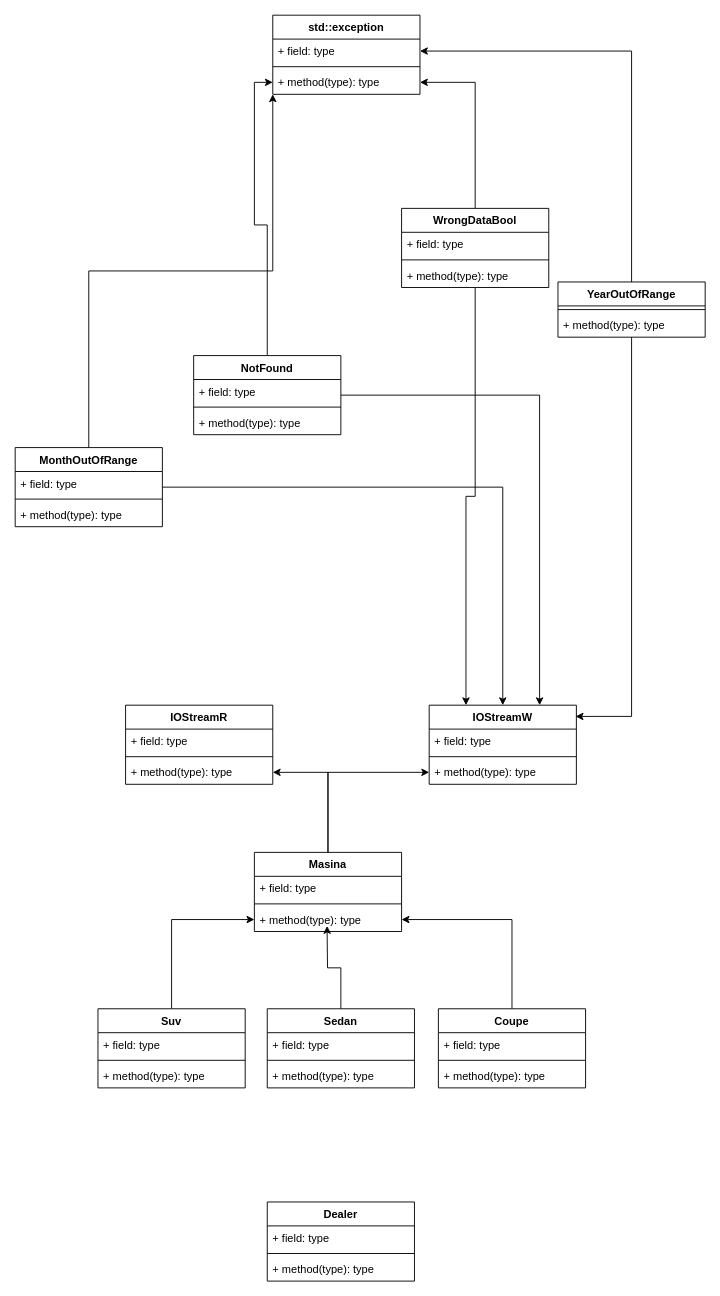
The draw.io diagram UML proiect.drawio in AlexMihai1126/oop_lab_dealershipauto_t3, before the edit. Source tidied: cells renumbered, new cells numbered last; positions are measured from the earlier drawing's top-left corner, leaving out a move shared by most shapes. Both pictures are drawn from the tidied source at 92%, with x=0, y=0 at pixel (15, 15).
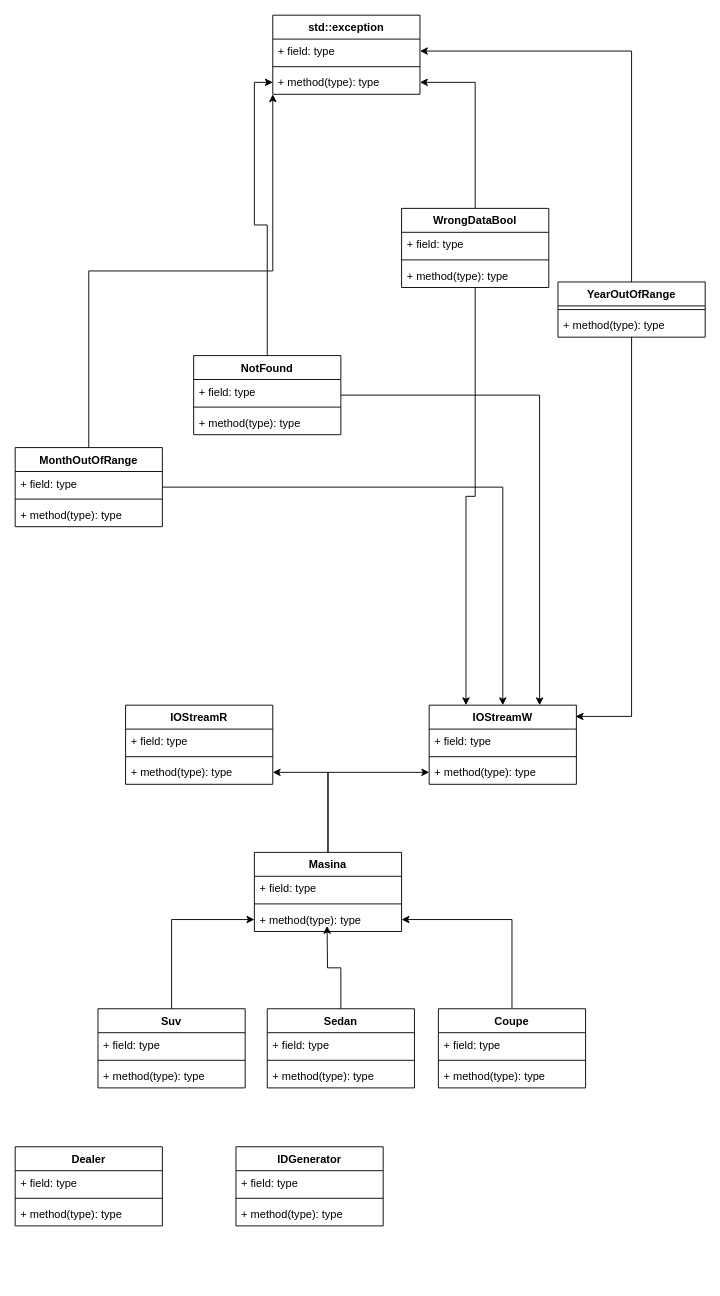
The same diagram, later.

The edit, as a diff of the source:
```diff
@@
     <mxCell id="31" value="Dealer" style="swimlane;fontStyle=1;align=center;verticalAlign=top;horizontal=1;startSize=26;" parent="1" vertex="1">
-      <mxGeometry x="274" y="1290" width="160" height="86" as="geometry" />
+      <mxGeometry y="1230" width="160" height="86" as="geometry" />
     </mxCell>
@@
+    <mxCell id="62" value="IDGenerator" style="swimlane;fontStyle=1;align=center;verticalAlign=top;horizontal=1;startSize=26;" parent="1" vertex="1">
+      <mxGeometry x="240" y="1230" width="160" height="86" as="geometry" />
+    </mxCell>
+    <mxCell id="63" value="+ field: type" style="text;strokeColor=none;fillColor=none;align=left;verticalAlign=top;spacingLeft=4;spacingRight=4;overflow=hidden;" parent="62" vertex="1">
+      <mxGeometry y="26" width="160" height="26" as="geometry" />
+    </mxCell>
+    <mxCell id="64" style="line;strokeWidth=1;fillColor=none;align=left;verticalAlign=middle;spacingTop=-1;spacingLeft=3;spacingRight=3;labelPosition=right;strokeColor=inherit;" parent="62" vertex="1">
+      <mxGeometry y="52" width="160" height="8" as="geometry" />
+    </mxCell>
+    <mxCell id="65" value="+ method(type): type" style="text;strokeColor=none;fillColor=none;align=left;verticalAlign=top;spacingLeft=4;spacingRight=4;overflow=hidden;" parent="62" vertex="1">
+      <mxGeometry y="60" width="160" height="26" as="geometry" />
+    </mxCell>
```
